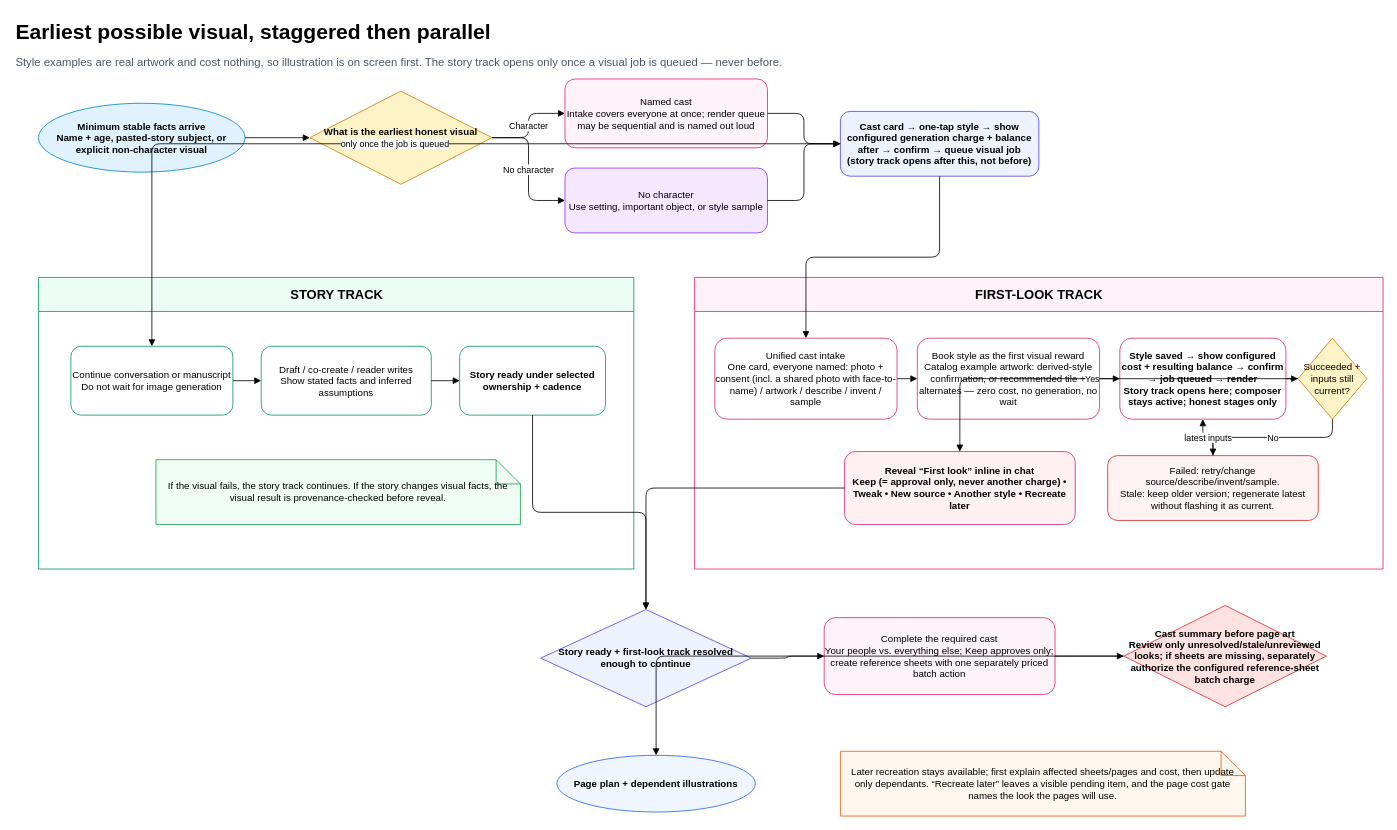
Earlier version of the draw.io diagram page "1A. Early visual, staggered then parallel" (3 of 12) of docs/STUDIO-GUIDE-USER-FLOWS.drawio (HutzelFutzel/childbooks). Source tidied: cells renumbered, new cells numbered last; positions are measured from the earlier drawing's top-left corner, leaving out a move shared by most shapes. Both pictures are drawn from the tidied source at 81%, with x=0, y=0 at pixel (14, 14).
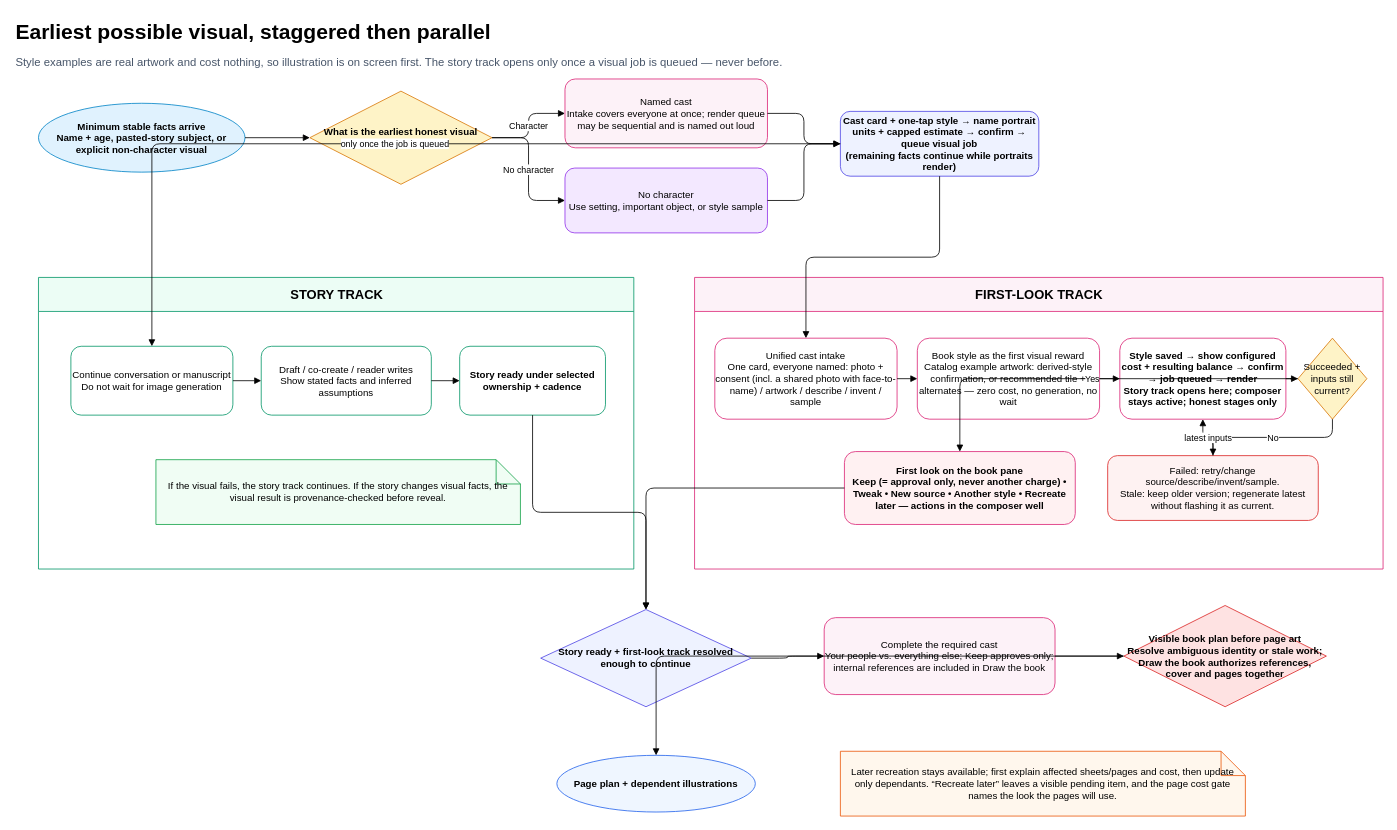
Above is the later version.

The change refers to these unchanged cells:
```xml
<mxCell id="14" value="FIRST-LOOK TRACK" style="swimlane;html=1;startSize=42;fillColor=#FDF2F8;strokeColor=#DB2777;fontStyle=1;fontSize=16;" parent="1" vertex="1">
  <mxGeometry x="840" y="325" width="850" height="360" as="geometry" />
</mxCell>
```

Change to the diagram source:
```diff
@@
-    <mxCell id="8" value="Cast card → one-tap style → show configured generation charge + balance after → confirm → queue visual job&#10;(story track opens after this, not before)" style="rounded=1;whiteSpace=wrap;html=1;fillColor=#EEF2FF;strokeColor=#4F46E5;fontStyle=1;" parent="1" vertex="1">
+    <mxCell id="8" value="Cast card + one-tap style → name portrait units + capped estimate → confirm → queue visual job&#10;(remaining facts continue while portraits render)" style="rounded=1;whiteSpace=wrap;html=1;fillColor=#EEF2FF;strokeColor=#4F46E5;fontStyle=1;" parent="1" vertex="1">
       <mxGeometry x="1020" y="120" width="245" height="80" as="geometry" />
     </mxCell>
@@
-    <mxCell id="20" value="Reveal “First look” inline in chat&#10;Keep (= approval only, never another charge) • Tweak • New source • Another style • Recreate later" style="rounded=1;whiteSpace=wrap;html=1;fillColor=#FFF1F2;strokeColor=#DB2777;fontStyle=1;" parent="14" vertex="1">
+    <mxCell id="20" value="First look on the book pane&#10;Keep (= approval only, never another charge) • Tweak • New source • Another style • Recreate later — actions in the composer well" style="rounded=1;whiteSpace=wrap;html=1;fillColor=#FFF1F2;strokeColor=#DB2777;fontStyle=1;" parent="14" vertex="1">
       <mxGeometry x="185" y="215" width="285" height="90" as="geometry" />
     </mxCell>
@@
-    <mxCell id="22" value="Complete the required cast&#10;Your people vs. everything else; Keep approves only; create reference sheets with one separately priced batch action" style="rounded=1;whiteSpace=wrap;html=1;fillColor=#FDF2F8;strokeColor=#DB2777;" parent="1" vertex="1">
+    <mxCell id="22" value="Complete the required cast&#10;Your people vs. everything else; Keep approves only; internal references are included in Draw the book" style="rounded=1;whiteSpace=wrap;html=1;fillColor=#FDF2F8;strokeColor=#DB2777;" parent="1" vertex="1">
       <mxGeometry x="1000" y="745" width="285" height="95" as="geometry" />
     </mxCell>
-    <mxCell id="23" value="Cast summary before page art&#10;Review only unresolved/stale/unreviewed looks; if sheets are missing, separately authorize the configured reference-sheet batch charge" style="rhombus;whiteSpace=wrap;html=1;fillColor=#FEE2E2;strokeColor=#DC2626;fontStyle=1;" parent="1" vertex="1">
+    <mxCell id="23" value="Visible book plan before page art&#10;Resolve ambiguous identity or stale work; Draw the book authorizes references, cover and pages together" style="rhombus;whiteSpace=wrap;html=1;fillColor=#FEE2E2;strokeColor=#DC2626;fontStyle=1;" parent="1" vertex="1">
       <mxGeometry x="1370" y="730" width="250" height="125" as="geometry" />
     </mxCell>
```
